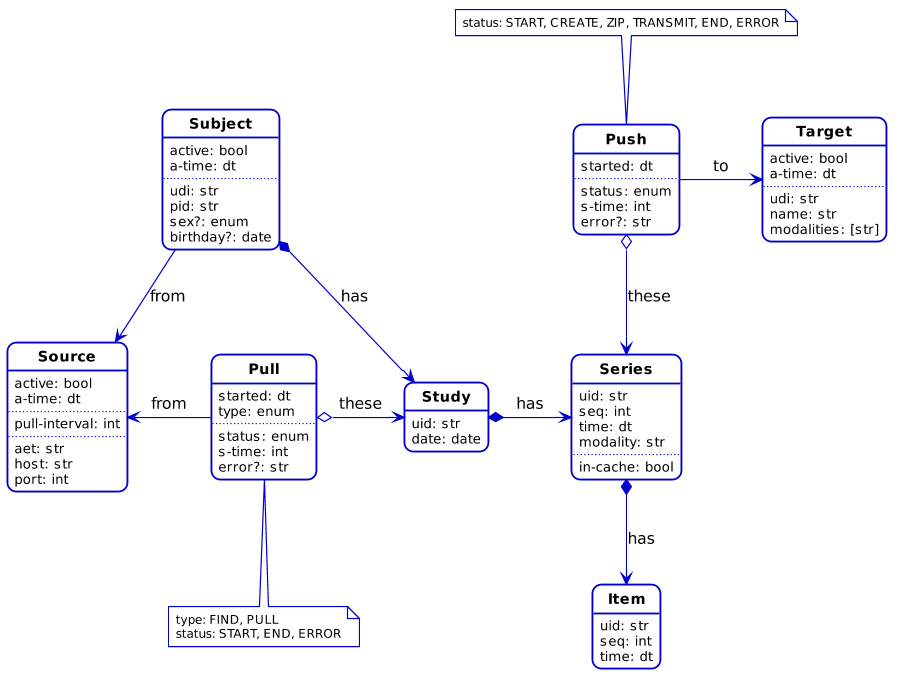
Before: docs/pull-push.png, a diagram exported from PlantUML (shumy-tools/cad-proxy).
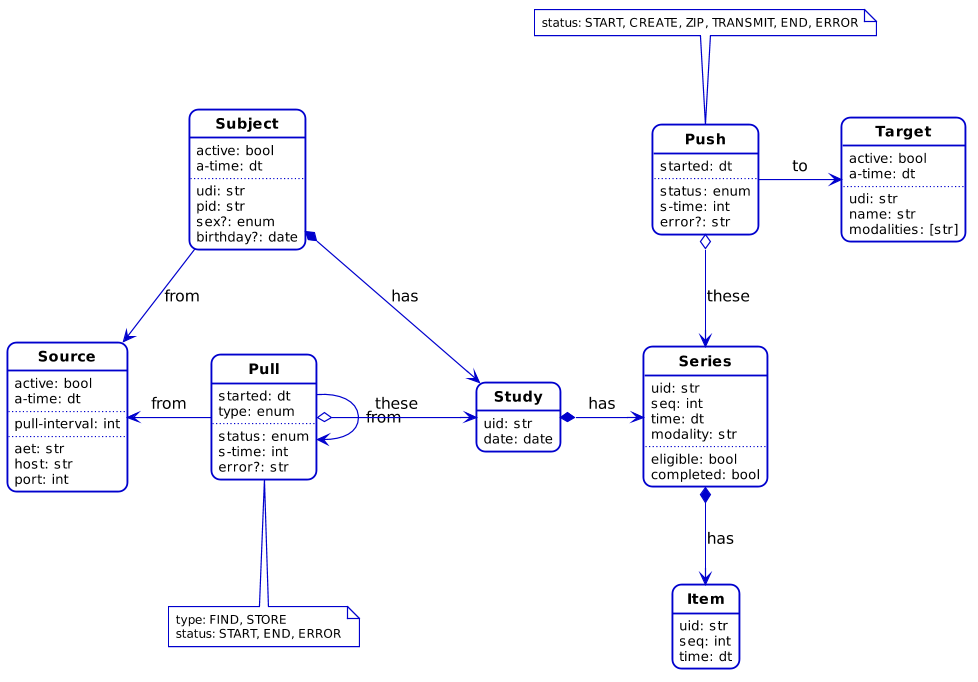
The same file after the commit.

The edit, as a diff of the source:
```diff
@@ -49,7 +49,7 @@
   error?: str
 }
 note bottom
-  type: FIND, PULL
+  type: FIND, STORE
   status: START, END, ERROR
 end note
 
@@ -75,7 +75,8 @@
   time: dt
   modality: str
   ..
-  in-cache: bool
+  eligible: bool
+  completed: bool
 }
 
 class Item {
@@ -106,6 +107,7 @@
 
 
 Pull -left-> Source:from
+Pull --> Pull:from
 Pull o-right-> Study:these
 
 Subject --> Source:from
```
